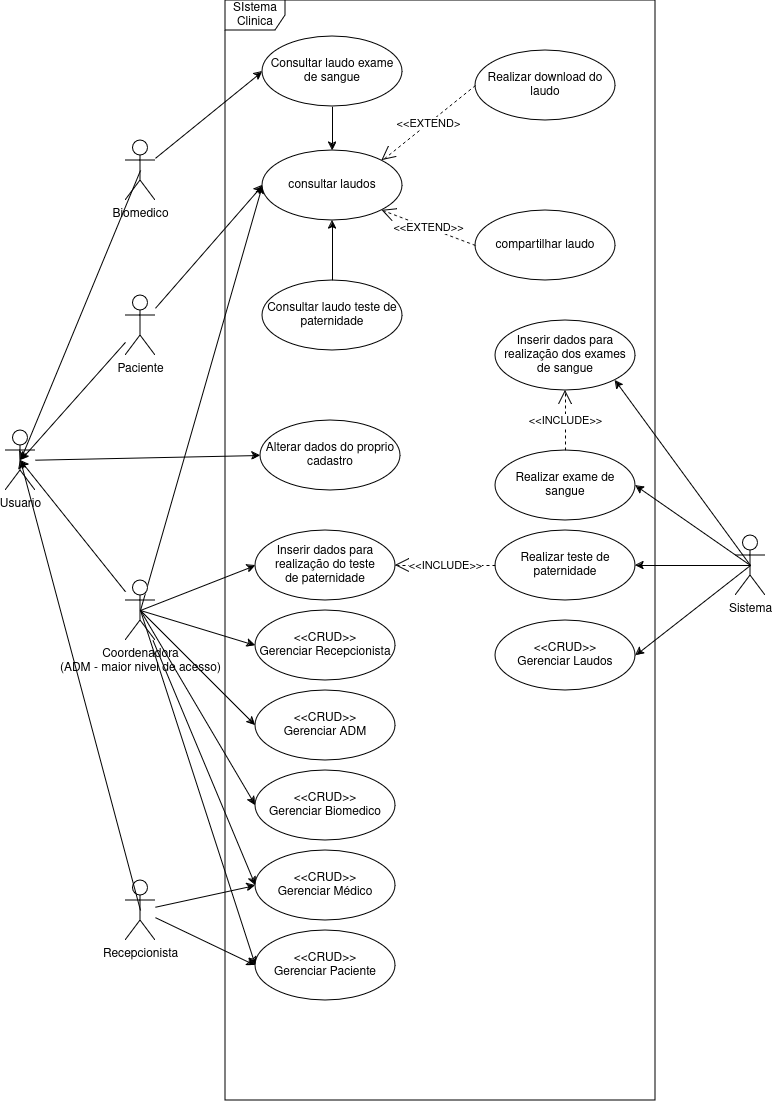
UniFil-NPI/ProjetoAnalisesClinicas keeps this draw.io diagram as docs/img/diagramas/caso_de_uso.png. Above is the earlier version. Source tidied: cells renumbered, new cells last; positions are measured from the earlier drawing's top-left corner, leaving out a move shared by most shapes.
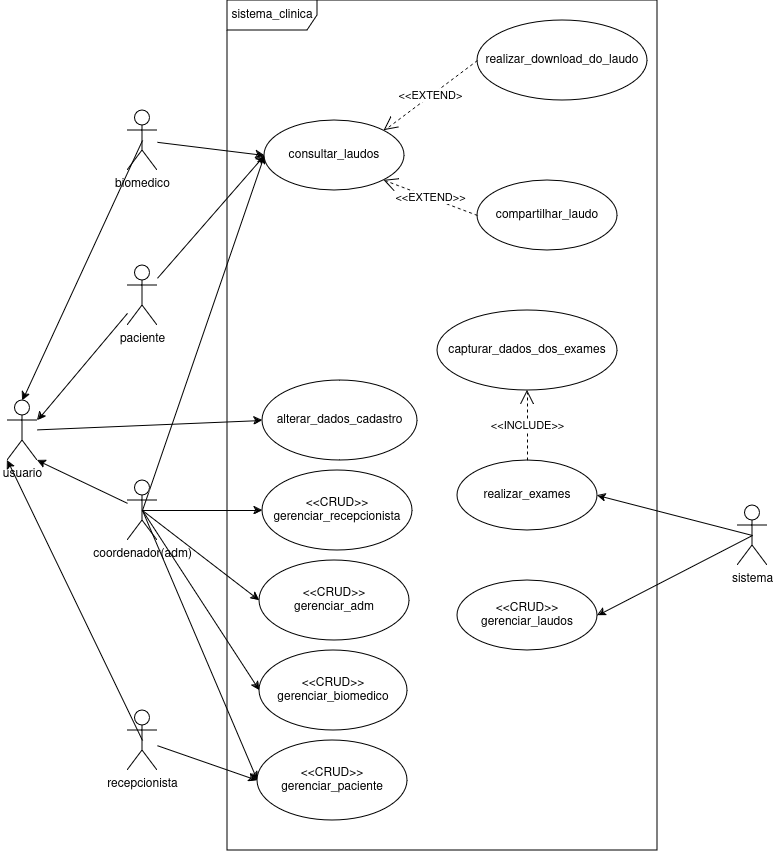
The same diagram one commit later.

Change to the diagram source:
```diff
@@ -5,24 +5,18 @@
     <mxCell id="2" style="edgeStyle=none;rounded=0;jettySize=auto;html=1;entryX=0;entryY=0.5;entryDx=0;entryDy=0;" parent="1" edge="1" source="3" target="20">
       <mxGeometry relative="1" as="geometry" />
     </mxCell>
-    <mxCell id="3" value="Paciente&lt;div&gt;&lt;br/&gt;&lt;/div&gt;" style="shape=umlActor;verticalLabelPosition=bottom;verticalAlign=top;html=1;labelBackgroundColor=none;shadow=0;" parent="1" vertex="1">
+    <mxCell id="3" value="paciente" style="shape=umlActor;verticalLabelPosition=bottom;verticalAlign=top;html=1;labelBackgroundColor=none;shadow=0;" parent="1" vertex="1">
       <mxGeometry x="120" y="295" width="30" height="60" as="geometry" />
     </mxCell>
     <mxCell id="4" style="edgeStyle=none;rounded=0;jettySize=auto;html=1;entryX=0;entryY=0.5;entryDx=0;entryDy=0;" parent="1" edge="1" source="6" target="21">
       <mxGeometry relative="1" as="geometry" />
     </mxCell>
-    <mxCell id="5" style="edgeStyle=none;rounded=0;jettySize=auto;html=1;entryX=0;entryY=0.5;entryDx=0;entryDy=0;" parent="1" edge="1" source="6" target="45">
-      <mxGeometry relative="1" as="geometry" />
-    </mxCell>
-    <mxCell id="6" value="Recepcionista" style="shape=umlActor;verticalLabelPosition=bottom;verticalAlign=top;html=1;" parent="1" vertex="1">
-      <mxGeometry x="120" y="880" width="30" height="60" as="geometry" />
+    <mxCell id="6" value="recepcionista" style="shape=umlActor;verticalLabelPosition=bottom;verticalAlign=top;html=1;" parent="1" vertex="1">
+      <mxGeometry x="120" y="740" width="30" height="60" as="geometry" />
     </mxCell>
     <mxCell id="7" style="rounded=0;jettySize=auto;html=1;exitX=0.5;exitY=0.5;exitDx=0;exitDy=0;exitPerimeter=0;entryX=0;entryY=0.5;entryDx=0;entryDy=0;" parent="1" edge="1" source="14" target="20">
       <mxGeometry relative="1" as="geometry" />
     </mxCell>
-    <mxCell id="8" style="edgeStyle=none;rounded=0;jettySize=auto;html=1;exitX=0.5;exitY=0.5;exitDx=0;exitDy=0;exitPerimeter=0;entryX=0;entryY=0.5;entryDx=0;entryDy=0;" parent="1" edge="1" source="14" target="30">
-      <mxGeometry relative="1" as="geometry" />
-    </mxCell>
     <mxCell id="9" style="edgeStyle=none;rounded=0;jettySize=auto;html=1;exitX=0.5;exitY=0.5;exitDx=0;exitDy=0;exitPerimeter=0;entryX=0;entryY=0.5;entryDx=0;entryDy=0;" parent="1" edge="1" source="14" target="23">
       <mxGeometry relative="1" as="geometry" />
     </mxCell>
@@ -35,71 +29,59 @@
     <mxCell id="12" style="edgeStyle=none;rounded=0;jettySize=auto;html=1;exitX=0.5;exitY=0.5;exitDx=0;exitDy=0;exitPerimeter=0;entryX=0;entryY=0.5;entryDx=0;entryDy=0;" parent="1" edge="1" source="14" target="21">
       <mxGeometry relative="1" as="geometry" />
     </mxCell>
-    <mxCell id="13" style="edgeStyle=none;rounded=0;jettySize=auto;html=1;entryX=0;entryY=0.5;entryDx=0;entryDy=0;" parent="1" edge="1" source="14" target="45">
-      <mxGeometry relative="1" as="geometry" />
-    </mxCell>
-    <mxCell id="14" value="Coordenadora&lt;br&gt;(ADM - maior nivel de acesso)" style="shape=umlActor;verticalLabelPosition=bottom;verticalAlign=top;html=1;" parent="1" vertex="1">
-      <mxGeometry x="120" y="580" width="30" height="60" as="geometry" />
+    <mxCell id="14" value="coordenador(adm)" style="shape=umlActor;verticalLabelPosition=bottom;verticalAlign=top;html=1;" parent="1" vertex="1">
+      <mxGeometry x="120" y="510" width="30" height="60" as="geometry" />
     </mxCell>
-    <mxCell id="15" style="edgeStyle=none;rounded=0;jettySize=auto;html=1;exitX=0.5;exitY=0.5;exitDx=0;exitDy=0;exitPerimeter=0;entryX=0.5;entryY=0.5;entryDx=0;entryDy=0;entryPerimeter=0;" parent="1" edge="1" source="17" target="38">
+    <mxCell id="15" style="edgeStyle=none;rounded=0;jettySize=auto;html=1;exitX=0.5;exitY=0.5;exitDx=0;exitDy=0;exitPerimeter=0;entryX=0.5;entryY=0;entryDx=0;entryDy=0;entryPerimeter=0;" parent="1" edge="1" source="17" target="38">
       <mxGeometry relative="1" as="geometry" />
     </mxCell>
-    <mxCell id="16" style="edgeStyle=none;rounded=0;jettySize=auto;html=1;entryX=0;entryY=0.5;entryDx=0;entryDy=0;" parent="1" edge="1" source="17" target="48">
+    <mxCell id="16" style="edgeStyle=none;rounded=0;jettySize=auto;html=1;entryX=0;entryY=0.5;entryDx=0;entryDy=0;" parent="1" edge="1" source="17" target="20">
       <mxGeometry relative="1" as="geometry" />
     </mxCell>
-    <mxCell id="17" value="Biomedico" style="shape=umlActor;verticalLabelPosition=bottom;verticalAlign=top;html=1;" parent="1" vertex="1">
+    <mxCell id="17" value="biomedico" style="shape=umlActor;verticalLabelPosition=bottom;verticalAlign=top;html=1;" parent="1" vertex="1">
       <mxGeometry x="120" y="140" width="30" height="60" as="geometry" />
     </mxCell>
-    <mxCell id="18" value="SIstema Clinica" style="shape=umlFrame;whiteSpace=wrap;html=1;" parent="1" vertex="1">
-      <mxGeometry x="220" width="430" height="1100" as="geometry" />
+    <mxCell id="18" value="sistema_clinica" style="shape=umlFrame;whiteSpace=wrap;html=1;width=90;height=30;" parent="1" vertex="1">
+      <mxGeometry x="220" y="30" width="430" height="850" as="geometry" />
     </mxCell>
-    <mxCell id="19" value="Alterar dados do proprio cadastro" style="ellipse;whiteSpace=wrap;html=1;" parent="1" vertex="1">
-      <mxGeometry x="255" y="420" width="140" height="70" as="geometry" />
+    <mxCell id="19" value="alterar_dados_cadastro" style="ellipse;whiteSpace=wrap;html=1;" parent="1" vertex="1">
+      <mxGeometry x="255" y="410" width="155" height="80" as="geometry" />
     </mxCell>
-    <mxCell id="20" value="consultar laudos" style="ellipse;whiteSpace=wrap;html=1;" parent="1" vertex="1">
+    <mxCell id="20" value="consultar_laudos" style="ellipse;whiteSpace=wrap;html=1;" parent="1" vertex="1">
       <mxGeometry x="257" y="150" width="140" height="70" as="geometry" />
     </mxCell>
-    <mxCell id="21" value="&amp;lt;&amp;lt;CRUD&amp;gt;&amp;gt;&lt;br&gt;Gerenciar Paciente" style="ellipse;whiteSpace=wrap;html=1;" parent="1" vertex="1">
-      <mxGeometry x="250" y="930" width="140" height="70" as="geometry" />
+    <mxCell id="21" value="&lt;div&gt;&amp;lt;&amp;lt;CRUD&amp;gt;&amp;gt;&lt;/div&gt;&lt;div&gt;gerenciar_paciente&lt;br&gt;&lt;/div&gt;" style="ellipse;whiteSpace=wrap;html=1;" parent="1" vertex="1">
+      <mxGeometry x="250" y="770" width="150" height="80" as="geometry" />
     </mxCell>
-    <mxCell id="22" value="&amp;lt;&amp;lt;CRUD&amp;gt;&amp;gt;&lt;br&gt;Gerenciar Biomedico" style="ellipse;whiteSpace=wrap;html=1;" parent="1" vertex="1">
-      <mxGeometry x="250" y="770" width="140" height="70" as="geometry" />
+    <mxCell id="22" value="&lt;div&gt;&amp;lt;&amp;lt;CRUD&amp;gt;&amp;gt;&lt;/div&gt;&lt;div&gt;gerenciar_biomedico&lt;br&gt;&lt;/div&gt;" style="ellipse;whiteSpace=wrap;html=1;" parent="1" vertex="1">
+      <mxGeometry x="252" y="680" width="148" height="80" as="geometry" />
     </mxCell>
-    <mxCell id="23" value="&amp;lt;&amp;lt;CRUD&amp;gt;&amp;gt;&lt;br&gt;Gerenciar Recepcionista" style="ellipse;whiteSpace=wrap;html=1;" parent="1" vertex="1">
-      <mxGeometry x="250" y="610" width="140" height="70" as="geometry" />
+    <mxCell id="23" value="&lt;div&gt;&amp;lt;&amp;lt;CRUD&amp;gt;&amp;gt;&lt;/div&gt;&lt;div&gt;gerenciar_recepcionista&lt;br&gt;&lt;/div&gt;" style="ellipse;whiteSpace=wrap;html=1;" parent="1" vertex="1">
+      <mxGeometry x="255" y="500" width="150" height="80" as="geometry" />
     </mxCell>
-    <mxCell id="24" value="&amp;lt;&amp;lt;CRUD&amp;gt;&amp;gt;&lt;br&gt;Gerenciar Laudos" style="ellipse;whiteSpace=wrap;html=1;" parent="1" vertex="1">
-      <mxGeometry x="490" y="620" width="140" height="70" as="geometry" />
+    <mxCell id="24" value="&amp;lt;&amp;lt;CRUD&amp;gt;&amp;gt;&lt;br&gt;gerenciar_laudos" style="ellipse;whiteSpace=wrap;html=1;" parent="1" vertex="1">
+      <mxGeometry x="450" y="610" width="140" height="70" as="geometry" />
     </mxCell>
-    <mxCell id="25" style="edgeStyle=none;rounded=0;jettySize=auto;html=1;exitX=0.5;exitY=0.5;exitDx=0;exitDy=0;exitPerimeter=0;entryX=1;entryY=0.5;entryDx=0;entryDy=0;" parent="1" edge="1" source="29" target="51">
-      <mxGeometry relative="1" as="geometry" />
-    </mxCell>
     <mxCell id="26" style="edgeStyle=none;rounded=0;jettySize=auto;html=1;exitX=0.5;exitY=0.5;exitDx=0;exitDy=0;exitPerimeter=0;entryX=1;entryY=0.5;entryDx=0;entryDy=0;" parent="1" edge="1" source="29" target="24">
       <mxGeometry relative="1" as="geometry" />
     </mxCell>
-    <mxCell id="27" style="edgeStyle=none;rounded=0;jettySize=auto;html=1;exitX=0.5;exitY=0.5;exitDx=0;exitDy=0;exitPerimeter=0;entryX=1;entryY=1;entryDx=0;entryDy=0;" parent="1" edge="1" source="29" target="34">
-      <mxGeometry relative="1" as="geometry" />
-    </mxCell>
     <mxCell id="28" style="edgeStyle=none;rounded=0;jettySize=auto;html=1;exitX=0.5;exitY=0.5;exitDx=0;exitDy=0;exitPerimeter=0;entryX=1;entryY=0.5;entryDx=0;entryDy=0;" parent="1" edge="1" source="29" target="52">
       <mxGeometry relative="1" as="geometry" />
     </mxCell>
-    <mxCell id="29" value="Sistema" style="shape=umlActor;verticalLabelPosition=bottom;verticalAlign=top;html=1;" parent="1" vertex="1">
+    <mxCell id="29" value="sistema" style="shape=umlActor;verticalLabelPosition=bottom;verticalAlign=top;html=1;" parent="1" vertex="1">
       <mxGeometry x="730" y="535" width="30" height="60" as="geometry" />
     </mxCell>
-    <mxCell id="30" value="Inserir dados para realização do teste&lt;br&gt;de paternidade" style="ellipse;whiteSpace=wrap;html=1;" parent="1" vertex="1">
-      <mxGeometry x="250" y="530" width="140" height="70" as="geometry" />
-    </mxCell>
-    <mxCell id="31" value="Realizar download do laudo" style="ellipse;whiteSpace=wrap;html=1;" parent="1" vertex="1">
-      <mxGeometry x="470" y="50" width="140" height="70" as="geometry" />
+    <mxCell id="31" value="realizar_download_do_laudo" style="ellipse;whiteSpace=wrap;html=1;" parent="1" vertex="1">
+      <mxGeometry x="470" y="50" width="170" height="80" as="geometry" />
     </mxCell>
-    <mxCell id="32" value="compartilhar laudo" style="ellipse;whiteSpace=wrap;html=1;" parent="1" vertex="1">
+    <mxCell id="32" value="compartilhar_laudo" style="ellipse;whiteSpace=wrap;html=1;" parent="1" vertex="1">
       <mxGeometry x="470" y="210" width="140" height="70" as="geometry" />
     </mxCell>
-    <mxCell id="33" value="&amp;lt;&amp;lt;CRUD&amp;gt;&amp;gt;&lt;br&gt;Gerenciar ADM" style="ellipse;whiteSpace=wrap;html=1;" parent="1" vertex="1">
-      <mxGeometry x="250" y="690" width="140" height="70" as="geometry" />
+    <mxCell id="33" value="&lt;div&gt;&amp;lt;&amp;lt;CRUD&amp;gt;&amp;gt;&lt;/div&gt;&lt;div&gt;gerenciar_adm&lt;br&gt;&lt;/div&gt;" style="ellipse;whiteSpace=wrap;html=1;" parent="1" vertex="1">
+      <mxGeometry x="252" y="590" width="150" height="80" as="geometry" />
     </mxCell>
-    <mxCell id="34" value="Inserir dados para realização dos exames de sangue" style="ellipse;whiteSpace=wrap;html=1;" parent="1" vertex="1">
-      <mxGeometry x="490" y="320" width="140" height="70" as="geometry" />
+    <mxCell id="34" value="&lt;div&gt;capturar_dados_dos_exames&lt;/div&gt;" style="ellipse;whiteSpace=wrap;html=1;" parent="1" vertex="1">
+      <mxGeometry x="430" y="340" width="180" height="80" as="geometry" />
     </mxCell>
     <mxCell id="35" style="edgeStyle=none;rounded=0;orthogonalLoop=1;jettySize=auto;html=1;exitX=0;exitY=1;exitDx=0;exitDy=0;" parent="1" edge="1">
       <mxGeometry relative="1" as="geometry">
@@ -116,7 +98,7 @@
     <mxCell id="37" style="edgeStyle=none;rounded=0;jettySize=auto;html=1;entryX=0;entryY=0.5;entryDx=0;entryDy=0;" parent="1" edge="1" source="38" target="19">
       <mxGeometry relative="1" as="geometry" />
     </mxCell>
-    <mxCell id="38" value="Usuario" style="shape=umlActor;verticalLabelPosition=bottom;verticalAlign=top;html=1;" parent="1" vertex="1">
+    <mxCell id="38" value="usuario" style="shape=umlActor;verticalLabelPosition=bottom;verticalAlign=top;html=1;" parent="1" vertex="1">
       <mxGeometry y="430" width="30" height="60" as="geometry" />
     </mxCell>
     <mxCell id="39" value="&amp;lt;&amp;lt;EXTEND&amp;gt;" style="endArrow=open;endSize=12;dashed=1;html=1;rounded=0;exitX=0;exitY=0.5;exitDx=0;exitDy=0;entryX=1;entryY=0;entryDx=0;entryDy=0;" parent="1" edge="1" source="31" target="20">
@@ -125,41 +107,20 @@
     <mxCell id="40" value="&amp;lt;&amp;lt;EXTEND&amp;gt;&amp;gt;" style="endArrow=open;endSize=12;dashed=1;html=1;rounded=0;exitX=0;exitY=0.5;exitDx=0;exitDy=0;entryX=1;entryY=1;entryDx=0;entryDy=0;" parent="1" edge="1" source="32" target="20">
       <mxGeometry relative="1" as="geometry" />
     </mxCell>
-    <mxCell id="41" value="&amp;lt;&amp;lt;INCLUDE&amp;gt;&amp;gt;" style="endArrow=open;endSize=12;dashed=1;html=1;rounded=0;entryX=1;entryY=0.5;entryDx=0;entryDy=0;exitX=0;exitY=0.5;exitDx=0;exitDy=0;" parent="1" edge="1" source="51" target="30">
-      <mxGeometry relative="1" as="geometry" />
-    </mxCell>
     <mxCell id="42" value="&amp;lt;&amp;lt;INCLUDE&amp;gt;&amp;gt;" style="endArrow=open;endSize=12;dashed=1;html=1;rounded=0;exitX=0.5;exitY=0;exitDx=0;exitDy=0;entryX=0.5;entryY=1;entryDx=0;entryDy=0;" parent="1" edge="1" source="52" target="34">
       <mxGeometry relative="1" as="geometry" />
     </mxCell>
-    <mxCell id="43" style="edgeStyle=none;rounded=0;jettySize=auto;html=1;entryX=0.5;entryY=0.5;entryDx=0;entryDy=0;entryPerimeter=0;" parent="1" edge="1" source="14" target="38">
+    <mxCell id="43" style="edgeStyle=none;rounded=0;jettySize=auto;html=1;entryX=1;entryY=1;entryDx=0;entryDy=0;entryPerimeter=0;" parent="1" edge="1" source="14" target="38">
       <mxGeometry relative="1" as="geometry" />
     </mxCell>
-    <mxCell id="44" style="edgeStyle=none;rounded=0;jettySize=auto;html=1;entryX=0.5;entryY=0.5;entryDx=0;entryDy=0;entryPerimeter=0;" parent="1" edge="1" source="3" target="38">
+    <mxCell id="44" style="edgeStyle=none;rounded=0;jettySize=auto;html=1;entryX=1;entryY=0.3333333333333333;entryDx=0;entryDy=0;entryPerimeter=0;" parent="1" edge="1" source="3" target="38">
       <mxGeometry relative="1" as="geometry" />
     </mxCell>
-    <mxCell id="45" value="&amp;lt;&amp;lt;CRUD&amp;gt;&amp;gt;&lt;br&gt;Gerenciar Médico" style="ellipse;whiteSpace=wrap;html=1;" parent="1" vertex="1">
-      <mxGeometry x="250" y="850" width="140" height="70" as="geometry" />
-    </mxCell>
-    <mxCell id="46" style="edgeStyle=none;rounded=0;jettySize=auto;html=1;exitX=0.5;exitY=0.5;exitDx=0;exitDy=0;exitPerimeter=0;entryX=0.5;entryY=0.5;entryDx=0;entryDy=0;entryPerimeter=0;" parent="1" edge="1" source="6" target="38">
+    <mxCell id="46" style="edgeStyle=none;rounded=0;jettySize=auto;html=1;exitX=0.5;exitY=0.5;exitDx=0;exitDy=0;exitPerimeter=0;entryX=0;entryY=1;entryDx=0;entryDy=0;entryPerimeter=0;" parent="1" edge="1" source="6" target="38">
       <mxGeometry relative="1" as="geometry" />
     </mxCell>
-    <mxCell id="47" style="edgeStyle=none;rounded=0;jettySize=auto;html=1;entryX=0.5;entryY=0;entryDx=0;entryDy=0;" parent="1" edge="1" source="48" target="20">
-      <mxGeometry relative="1" as="geometry" />
-    </mxCell>
-    <mxCell id="48" value="Consultar laudo exame de sangue" style="ellipse;whiteSpace=wrap;html=1;" parent="1" vertex="1">
-      <mxGeometry x="257" y="36" width="140" height="70" as="geometry" />
-    </mxCell>
-    <mxCell id="49" style="edgeStyle=none;rounded=0;jettySize=auto;html=1;entryX=0.5;entryY=1;entryDx=0;entryDy=0;" parent="1" edge="1" source="50" target="20">
-      <mxGeometry relative="1" as="geometry" />
-    </mxCell>
-    <mxCell id="50" value="Consultar laudo teste de paternidade" style="ellipse;whiteSpace=wrap;html=1;" parent="1" vertex="1">
-      <mxGeometry x="257" y="280" width="140" height="70" as="geometry" />
-    </mxCell>
-    <mxCell id="51" value="Realizar teste de paternidade" style="ellipse;whiteSpace=wrap;html=1;" parent="1" vertex="1">
-      <mxGeometry x="490" y="530" width="140" height="70" as="geometry" />
-    </mxCell>
-    <mxCell id="52" value="Realizar exame de sangue" style="ellipse;whiteSpace=wrap;html=1;" parent="1" vertex="1">
-      <mxGeometry x="490" y="450" width="140" height="70" as="geometry" />
+    <mxCell id="52" value="realizar_exames" style="ellipse;whiteSpace=wrap;html=1;" parent="1" vertex="1">
+      <mxGeometry x="450" y="490" width="140" height="70" as="geometry" />
     </mxCell>
   </root>
 </mxGraphModel>
```
